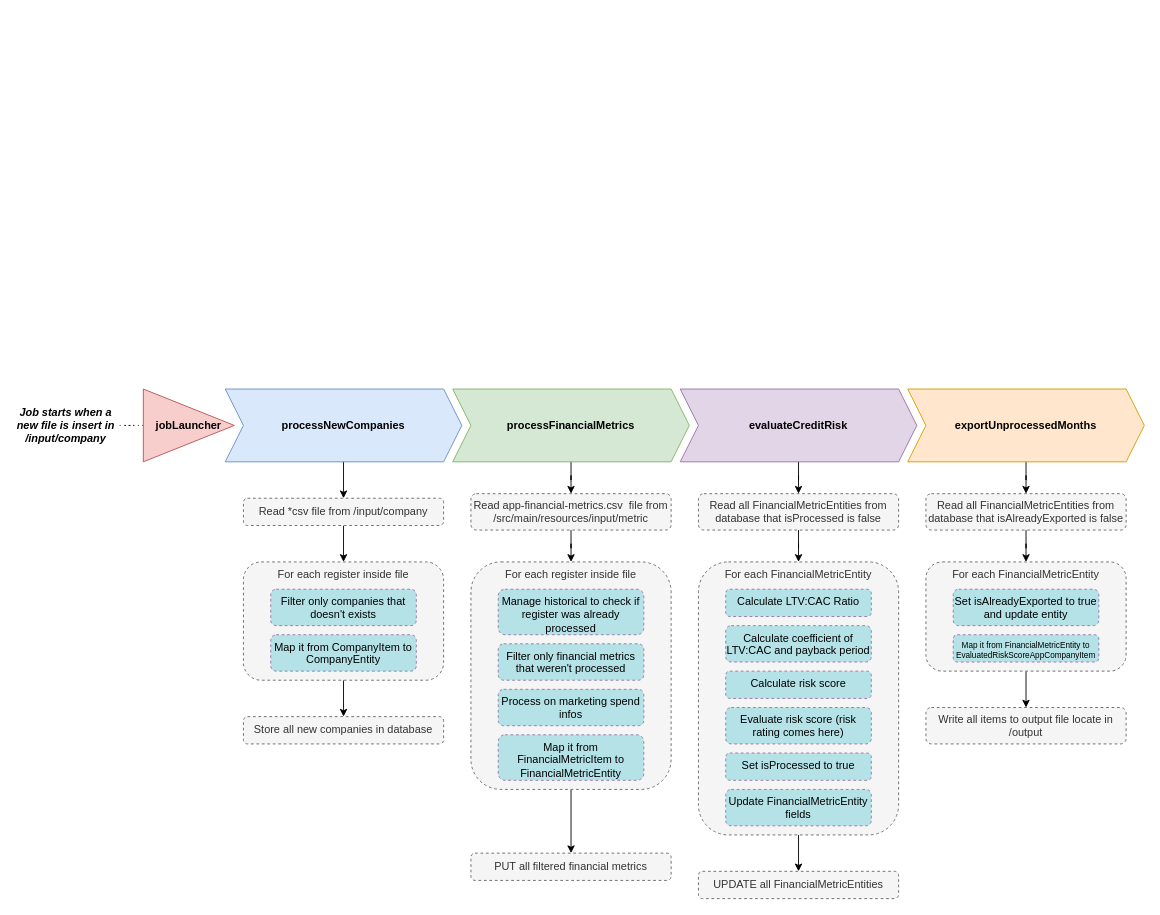
Earlier version of the draw.io diagram docs/stepsDiagram.drawio (fabiohsalmeida/app-revenues-service). Source tidied: cells renumbered, new cells numbered last; positions are measured from the earlier drawing's top-left corner, leaving out a move shared by most shapes. Both pictures are drawn from the tidied source at 91%, with x=0, y=0 at pixel (15, 389).
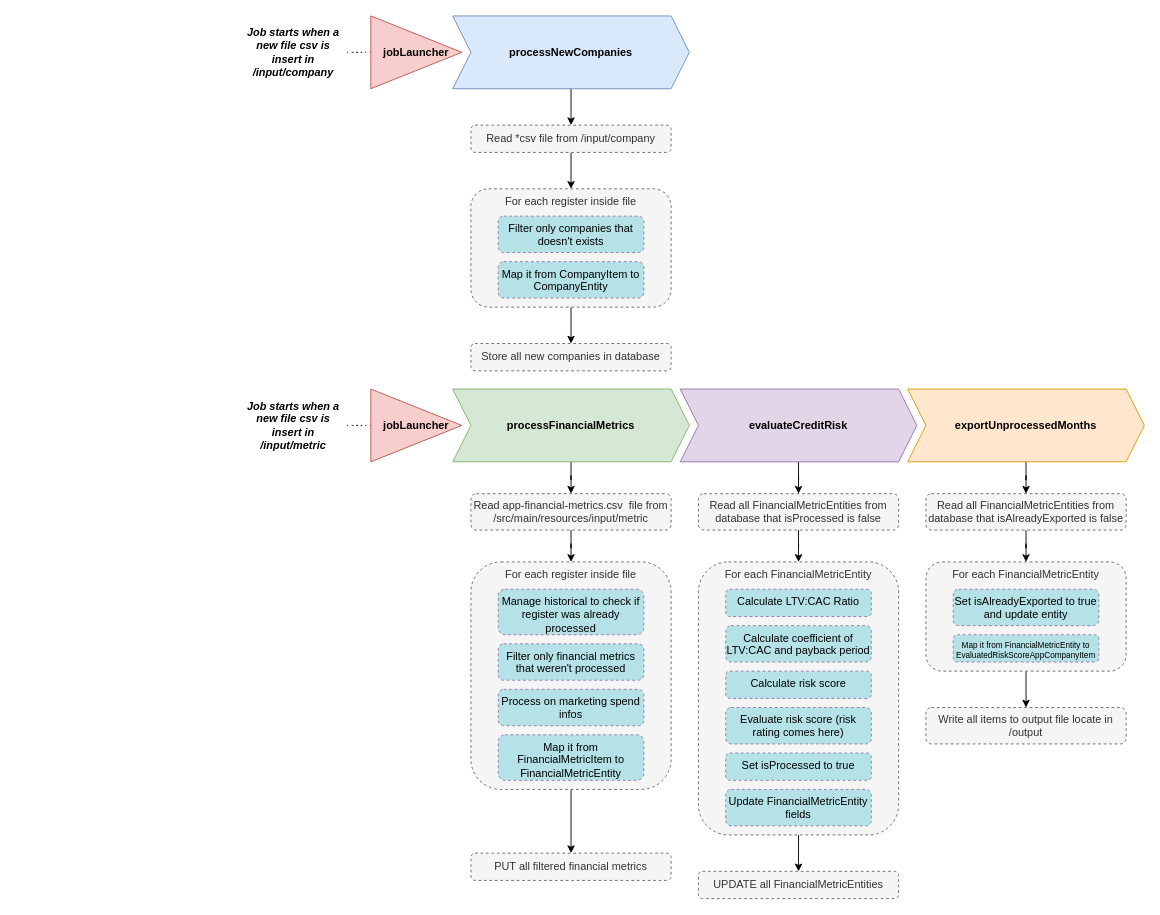
Above is the later version.

Change to the diagram source:
```diff
@@
     <mxCell id="3" value="processNewCompanies" style="shape=step;perimeter=stepPerimeter;whiteSpace=wrap;html=1;fixedSize=1;fillColor=#dae8fc;strokeColor=#6c8ebf;fontStyle=1;" parent="1" vertex="1">
-      <mxGeometry x="230" width="260" height="80" as="geometry" />
+      <mxGeometry x="480" y="-410" width="260" height="80" as="geometry" />
     </mxCell>
@@
     <mxCell id="11" value="Read *csv file from /input/company" style="rounded=1;whiteSpace=wrap;html=1;fillColor=#f5f5f5;strokeColor=#666666;fontColor=#333333;dashed=1;" parent="1" vertex="1">
-      <mxGeometry x="250" y="120" width="220" height="30" as="geometry" />
+      <mxGeometry x="500" y="-290" width="220" height="30" as="geometry" />
     </mxCell>
@@
     <mxCell id="13" value="For each register inside file" style="rounded=1;whiteSpace=wrap;html=1;fillColor=#f5f5f5;strokeColor=#666666;fontColor=#333333;dashed=1;verticalAlign=top;" parent="1" vertex="1">
-      <mxGeometry x="250" y="190" width="220" height="130" as="geometry" />
+      <mxGeometry x="500" y="-220" width="220" height="130" as="geometry" />
     </mxCell>
     <mxCell id="14" value="Filter only companies that doesn't exists" style="rounded=1;whiteSpace=wrap;html=1;fillColor=#B4E2E7;strokeColor=#9673a6;dashed=1;verticalAlign=top;" parent="1" vertex="1">
-      <mxGeometry x="280" y="220" width="160" height="40" as="geometry" />
+      <mxGeometry x="530" y="-190" width="160" height="40" as="geometry" />
     </mxCell>
     <mxCell id="15" value="Store all new companies in database" style="rounded=1;whiteSpace=wrap;html=1;fillColor=#f5f5f5;strokeColor=#666666;fontColor=#333333;dashed=1;" parent="1" vertex="1">
-      <mxGeometry x="250" y="360" width="220" height="30" as="geometry" />
+      <mxGeometry x="500" y="-50" width="220" height="30" as="geometry" />
     </mxCell>
@@
     <mxCell id="40" value="Map it from CompanyItem to CompanyEntity" style="rounded=1;whiteSpace=wrap;html=1;fillColor=#B4E2E7;strokeColor=#9673a6;dashed=1;verticalAlign=top;" parent="1" vertex="1">
-      <mxGeometry x="280" y="270" width="160" height="40" as="geometry" />
+      <mxGeometry x="530" y="-140" width="160" height="40" as="geometry" />
     </mxCell>
@@
     <mxCell id="45" value="jobLauncher" style="triangle;whiteSpace=wrap;html=1;fillColor=#f8cecc;strokeColor=#b85450;fontStyle=1;" parent="1" vertex="1">
-      <mxGeometry x="140" width="100" height="80" as="geometry" />
+      <mxGeometry x="390" y="-410" width="100" height="80" as="geometry" />
     </mxCell>
-    <mxCell id="46" value="Job starts when a new file is insert in /input/company" style="text;html=1;strokeColor=none;fillColor=none;align=center;verticalAlign=middle;whiteSpace=wrap;rounded=0;fontStyle=3;" parent="1" vertex="1">
-      <mxGeometry y="10" width="110" height="60" as="geometry" />
+    <mxCell id="46" value="Job starts when a new file csv is insert in /input/company" style="text;html=1;strokeColor=none;fillColor=none;align=center;verticalAlign=middle;whiteSpace=wrap;rounded=0;fontStyle=3;" parent="1" vertex="1">
+      <mxGeometry x="250" y="-400" width="110" height="60" as="geometry" />
     </mxCell>
+    <mxCell id="47" style="edgeStyle=orthogonalEdgeStyle;rounded=0;jettySize=auto;html=1;endArrow=none;endFill=0;dashed=1;dashPattern=1 4;" parent="1" edge="1" source="48" target="49">
+      <mxGeometry relative="1" as="geometry" />
+    </mxCell>
+    <mxCell id="48" value="jobLauncher" style="triangle;whiteSpace=wrap;html=1;fillColor=#f8cecc;strokeColor=#b85450;fontStyle=1;" parent="1" vertex="1">
+      <mxGeometry x="390" width="100" height="80" as="geometry" />
+    </mxCell>
+    <mxCell id="49" value="Job starts when a new file csv is insert in /input/metric" style="text;html=1;strokeColor=none;fillColor=none;align=center;verticalAlign=middle;whiteSpace=wrap;rounded=0;fontStyle=3;" parent="1" vertex="1">
+      <mxGeometry x="250" y="10" width="110" height="60" as="geometry" />
+    </mxCell>
```
